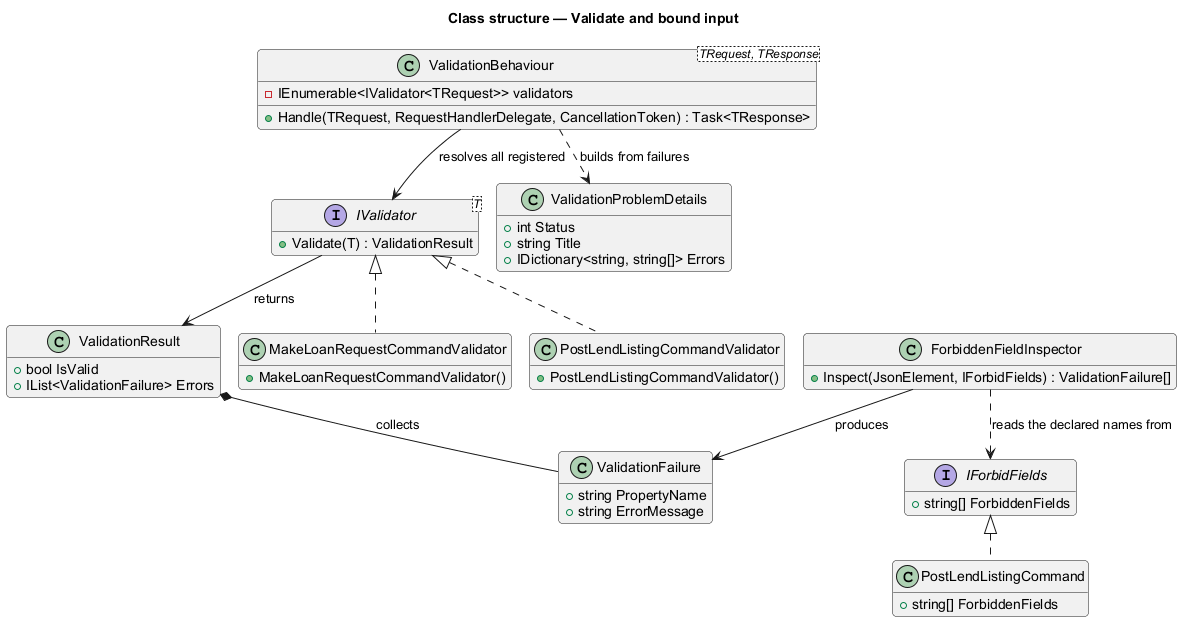
The PlantUML diagram docs/detailed-designs/platform/validate-and-bound-input/diagrams/class-structure.png in QuinntyneBrown/Barnabas, before a commit. Source of this version:
```plantuml
@startuml
!pragma layout smetana
title Class structure — Validate and bound input
skinparam backgroundColor #FFFFFF
skinparam shadowing false
skinparam roundcorner 8
skinparam defaultFontName Arial
hide empty members

class ValidationBehaviour<TRequest, TResponse> {
  -IEnumerable<IValidator<TRequest>> validators
  +Handle(TRequest, RequestHandlerDelegate, CancellationToken) : Task<TResponse>
}
interface IValidator<T> {
  +Validate(T) : ValidationResult
}
class ValidationResult {
  +bool IsValid
  +IList<ValidationFailure> Errors
}
class ValidationFailure {
  +string PropertyName
  +string ErrorMessage
}
class ValidationProblemDetails {
  +int Status
  +string Title
  +IDictionary<string, string[]> Errors
}
class MakeLoanRequestCommandValidator {
  +MakeLoanRequestCommandValidator()
}
class PostLendListingCommandValidator {
  +PostLendListingCommandValidator()
}
interface IForbidFields {
  +string[] ForbiddenFields
}
class ForbiddenFieldInspector {
  +Inspect(JsonElement, IForbidFields) : ValidationFailure[]
}
class PostLendListingCommand {
  +string[] ForbiddenFields
}

IValidator <|.. MakeLoanRequestCommandValidator
IValidator <|.. PostLendListingCommandValidator
IForbidFields <|.. PostLendListingCommand
ValidationBehaviour --> IValidator : resolves all registered
IValidator --> ValidationResult : returns
ValidationResult *-- ValidationFailure : collects
ValidationBehaviour ..> ValidationProblemDetails : builds from failures
ForbiddenFieldInspector ..> IForbidFields : reads the declared names from
ForbiddenFieldInspector --> ValidationFailure : produces
@enduml
```
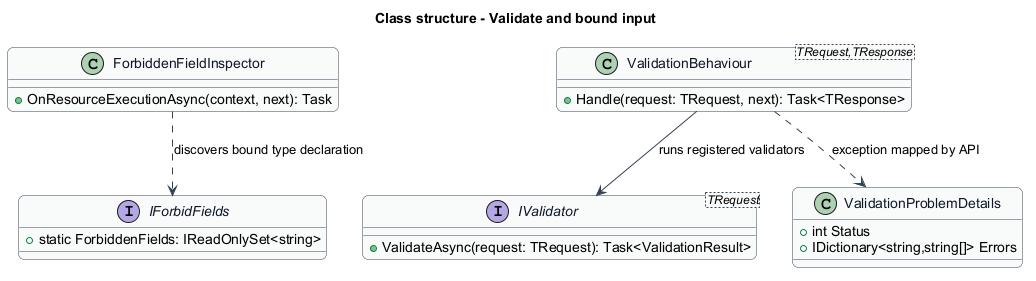
Above is the later version.

What changed in the source:
```diff
@@ -1,55 +1,41 @@
 @startuml
-!pragma layout smetana
-title Class structure — Validate and bound input
 skinparam backgroundColor #FFFFFF
 skinparam shadowing false
-skinparam roundcorner 8
+skinparam roundcorner 12
 skinparam defaultFontName Arial
-hide empty members
-
-class ValidationBehaviour<TRequest, TResponse> {
-  -IEnumerable<IValidator<TRequest>> validators
-  +Handle(TRequest, RequestHandlerDelegate, CancellationToken) : Task<TResponse>
+skinparam ArrowColor #344054
+skinparam rectangle {
+  BorderColor #344054
+  FontColor #101828
 }
-interface IValidator<T> {
-  +Validate(T) : ValidationResult
+skinparam package {
+  BorderColor #667085
+  FontColor #101828
+  BackgroundColor #F9FAFB
 }
-class ValidationResult {
-  +bool IsValid
-  +IList<ValidationFailure> Errors
+skinparam class {
+  BorderColor #344054
+  FontColor #101828
+  BackgroundColor #F9FAFB
 }
-class ValidationFailure {
-  +string PropertyName
-  +string ErrorMessage
+title Class structure - Validate and bound input
+interface IForbidFields {
+  +static ForbiddenFields: IReadOnlySet<string>
+}
+class ForbiddenFieldInspector {
+  +OnResourceExecutionAsync(context, next): Task
+}
+class "ValidationBehaviour<TRequest,TResponse>" as validation {
+  +Handle(request: TRequest, next): Task<TResponse>
+}
+interface "IValidator<TRequest>" as validator {
+  +ValidateAsync(request: TRequest): Task<ValidationResult>
 }
 class ValidationProblemDetails {
   +int Status
-  +string Title
-  +IDictionary<string, string[]> Errors
+  +IDictionary<string,string[]> Errors
 }
-class MakeLoanRequestCommandValidator {
-  +MakeLoanRequestCommandValidator()
-}
-class PostLendListingCommandValidator {
-  +PostLendListingCommandValidator()
-}
-interface IForbidFields {
-  +string[] ForbiddenFields
-}
-class ForbiddenFieldInspector {
-  +Inspect(JsonElement, IForbidFields) : ValidationFailure[]
-}
-class PostLendListingCommand {
-  +string[] ForbiddenFields
-}
-
-IValidator <|.. MakeLoanRequestCommandValidator
-IValidator <|.. PostLendListingCommandValidator
-IForbidFields <|.. PostLendListingCommand
-ValidationBehaviour --> IValidator : resolves all registered
-IValidator --> ValidationResult : returns
-ValidationResult *-- ValidationFailure : collects
-ValidationBehaviour ..> ValidationProblemDetails : builds from failures
-ForbiddenFieldInspector ..> IForbidFields : reads the declared names from
-ForbiddenFieldInspector --> ValidationFailure : produces
+ForbiddenFieldInspector ..> IForbidFields : discovers bound type declaration
+validation --> validator : runs registered validators
+validation ..> ValidationProblemDetails : exception mapped by API
 @enduml
```
